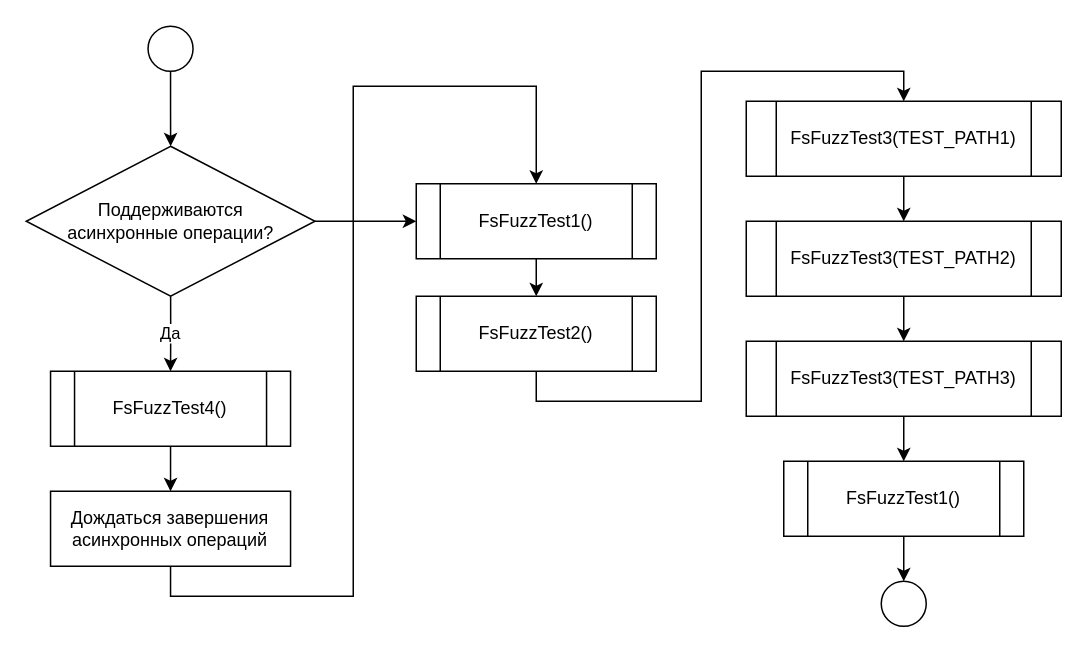
The draw.io diagram FsFuzzTest.drawio in stokescat/kursach, before the edit. Source tidied: cells renumbered, new cells numbered last; positions are measured from the earlier drawing's top-left corner, leaving out a move shared by most shapes. Both pictures are drawn from the tidied source at 150%, with x=0, y=0 at pixel (26, 26).
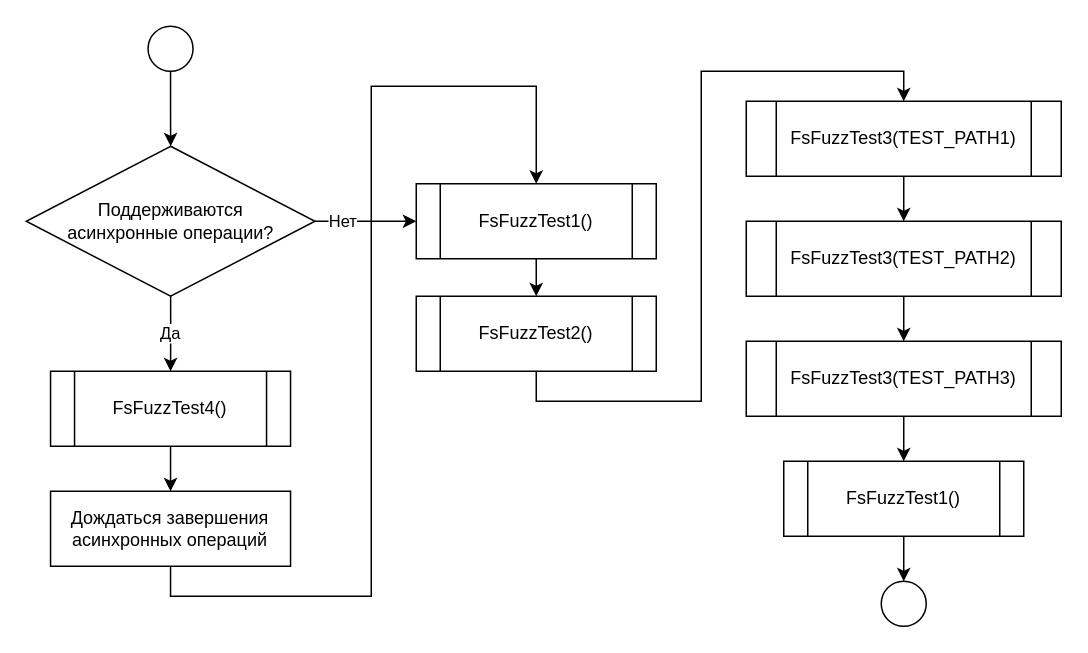
Above is the later version.

The change refers to these unchanged cells:
```xml
<mxCell id="6" value="Поддерживаются асинхронные операции?" style="rhombus;whiteSpace=wrap;html=1;spacingLeft=20;spacingRight=20;" parent="1" vertex="1">
  <mxGeometry y="80" width="192.5" height="100" as="geometry" />
</mxCell>
<mxCell id="10" value="Дождаться завершения асинхронных операций" style="rounded=0;whiteSpace=wrap;html=1;" parent="1" vertex="1">
  <mxGeometry x="16.2" y="310" width="160" height="50" as="geometry" />
</mxCell>
<mxCell id="12" value="FsFuzzTest1()" style="shape=process;whiteSpace=wrap;html=1;backgroundOutline=1;" parent="1" vertex="1">
  <mxGeometry x="260" y="105" width="160" height="50" as="geometry" />
</mxCell>
```

Change to the diagram source:
```diff
@@
-    <mxCell id="5" style="edgeStyle=orthogonalEdgeStyle;rounded=0;jettySize=auto;html=1;exitX=1;exitY=0.5;exitDx=0;exitDy=0;entryX=0;entryY=0.5;entryDx=0;entryDy=0;" parent="1" edge="1" source="6" target="12">
-      <mxGeometry relative="1" as="geometry" />
+    <mxCell id="5" value="Нет" style="edgeStyle=orthogonalEdgeStyle;rounded=0;jettySize=auto;html=1;exitX=1;exitY=0.5;exitDx=0;exitDy=0;entryX=0;entryY=0.5;entryDx=0;entryDy=0;" parent="1" edge="1" source="6" target="12">
+      <mxGeometry x="-0.48" relative="1" as="geometry" />
     </mxCell>
@@
     <mxCell id="9" style="edgeStyle=orthogonalEdgeStyle;rounded=0;jettySize=auto;html=1;exitX=0.5;exitY=1;exitDx=0;exitDy=0;entryX=0.5;entryY=0;entryDx=0;entryDy=0;" parent="1" edge="1" source="10" target="12">
       <mxGeometry relative="1" as="geometry">
         <Array as="points">
           <mxPoint x="96" y="380" />
-          <mxPoint x="218" y="380" />
-          <mxPoint x="218" y="40" />
+          <mxPoint x="230" y="380" />
+          <mxPoint x="230" y="40" />
           <mxPoint x="340" y="40" />
         </Array>
       </mxGeometry>
     </mxCell>
```
